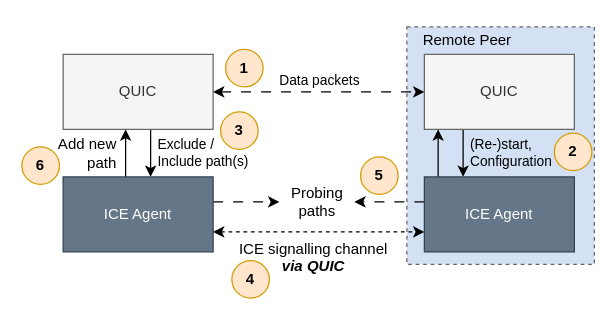
Earlier version of the draw.io diagram resources/architecture_overview.drawio (JustusvonderBeek/master-thesis-scripts-and-measures). Source tidied: cells renumbered, new cells numbered last; positions are measured from the earlier drawing's top-left corner, leaving out a move shared by most shapes. Both pictures are drawn from the tidied source at 125%, with x=0, y=0 at pixel (21, 21).
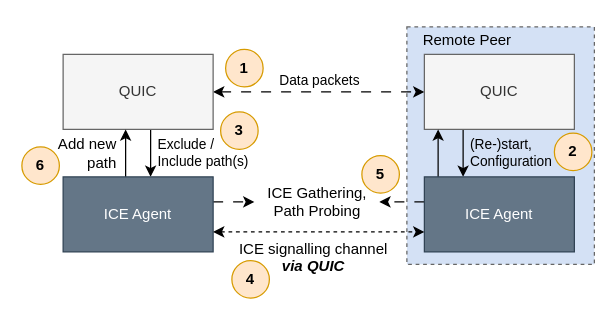
Above is the later version.

The edit, as a diff of the source:
```diff
@@
-    <mxCell id="21" value="Probing&lt;div&gt;paths&lt;/div&gt;" style="text;html=1;align=center;verticalAlign=middle;points=[];strokeColor=none;fillColor=none;spacing=0;" parent="1" vertex="1">
-      <mxGeometry x="206" y="124" width="60" height="40" as="geometry" />
+    <mxCell id="21" value="ICE Gathering,&lt;div&gt;Path Probing&lt;/div&gt;" style="text;html=1;align=center;verticalAlign=middle;points=[];strokeColor=none;fillColor=none;spacing=0;" parent="1" vertex="1">
+      <mxGeometry x="186" y="124" width="100" height="40" as="geometry" />
     </mxCell>
     <mxCell id="22" value="5" style="ellipse;whiteSpace=wrap;html=1;fontSize=12;fontStyle=1;fillColor=#ffe6cc;strokeColor=#d79b00;" parent="1" vertex="1">
-      <mxGeometry x="271" y="108" width="30" height="30" as="geometry" />
+      <mxGeometry x="272" y="107" width="30" height="30" as="geometry" />
     </mxCell>
```
